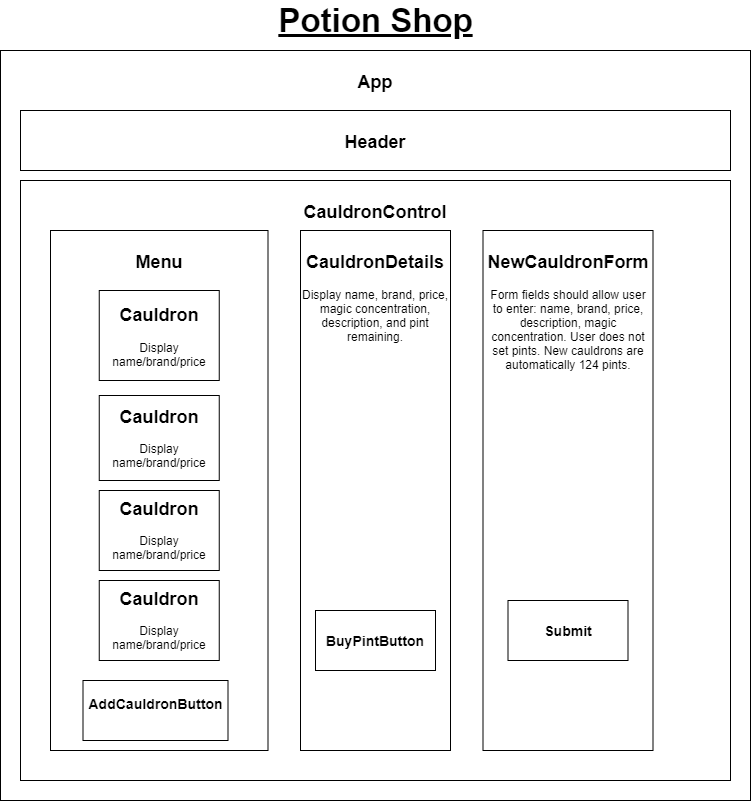
The draw.io diagram diagrams/potion-shop.drawio.png in shanencross/potion-shop, before a commit. Source tidied: cells renumbered, new cells last; positions are measured from the earlier drawing's top-left corner, leaving out a move shared by most shapes.
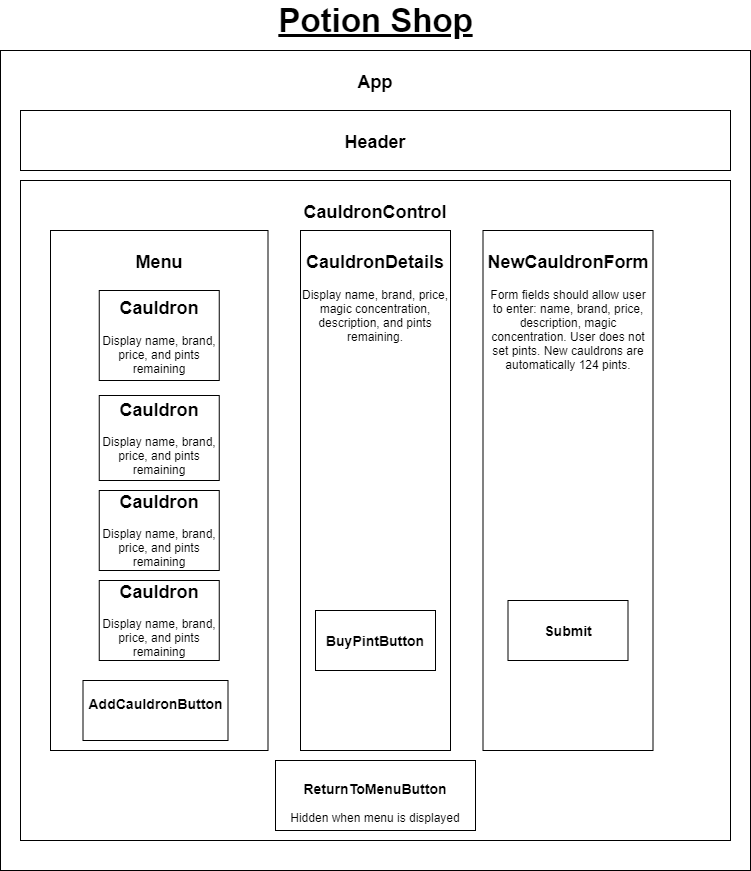
The same file after the commit.

Commit message:
Update diagram with return to menu button and other updates

Change to the diagram source:
```diff
@@ -3,27 +3,27 @@
     <mxCell id="0" />
     <mxCell id="1" parent="0" />
     <mxCell id="2" value="&lt;h2&gt;App&lt;/h2&gt;" style="rounded=0;whiteSpace=wrap;html=1;verticalAlign=top;" parent="1" vertex="1">
-      <mxGeometry y="50" width="750" height="750" as="geometry" />
+      <mxGeometry y="50" width="750" height="820" as="geometry" />
     </mxCell>
     <mxCell id="3" value="&lt;h2&gt;CauldronControl&lt;/h2&gt;" style="rounded=0;whiteSpace=wrap;html=1;verticalAlign=top;" parent="1" vertex="1">
-      <mxGeometry x="20" y="180" width="710" height="600" as="geometry" />
+      <mxGeometry x="20" y="180" width="710" height="660" as="geometry" />
     </mxCell>
     <mxCell id="4" value="&lt;h2&gt;Menu&lt;/h2&gt;" style="rounded=0;whiteSpace=wrap;html=1;verticalAlign=top;" parent="1" vertex="1">
       <mxGeometry x="50" y="230" width="217.5" height="520" as="geometry" />
     </mxCell>
-    <mxCell id="5" value="&lt;h2&gt;Cauldron&lt;/h2&gt;&lt;p&gt;Display name/brand/price&lt;/p&gt;" style="rounded=0;whiteSpace=wrap;html=1;verticalAlign=middle;" parent="1" vertex="1">
+    <mxCell id="5" value="&lt;h2&gt;Cauldron&lt;/h2&gt;&lt;p&gt;Display name, brand, price, and pints remaining&lt;/p&gt;" style="rounded=0;whiteSpace=wrap;html=1;verticalAlign=middle;" parent="1" vertex="1">
       <mxGeometry x="98.8" y="290" width="120" height="90" as="geometry" />
     </mxCell>
-    <mxCell id="6" value="&lt;h2&gt;Cauldron&lt;/h2&gt;&lt;h2&gt;&lt;p style=&quot;font-size: 12px ; font-weight: 400&quot;&gt;Display name/brand/price&lt;/p&gt;&lt;/h2&gt;" style="rounded=0;whiteSpace=wrap;html=1;verticalAlign=middle;" parent="1" vertex="1">
+    <mxCell id="6" value="&lt;h2&gt;Cauldron&lt;/h2&gt;&lt;h2&gt;&lt;p style=&quot;font-size: 12px ; font-weight: 400&quot;&gt;Display name, brand, price, and pints remaining&lt;/p&gt;&lt;/h2&gt;" style="rounded=0;whiteSpace=wrap;html=1;verticalAlign=middle;" parent="1" vertex="1">
       <mxGeometry x="98.8" y="395" width="120" height="85" as="geometry" />
     </mxCell>
-    <mxCell id="7" value="&lt;h2&gt;Cauldron&lt;/h2&gt;&lt;h2&gt;&lt;p style=&quot;font-size: 12px ; font-weight: 400&quot;&gt;Display name/brand/price&lt;/p&gt;&lt;/h2&gt;" style="rounded=0;whiteSpace=wrap;html=1;verticalAlign=middle;" parent="1" vertex="1">
+    <mxCell id="7" value="&lt;h2&gt;Cauldron&lt;/h2&gt;&lt;h2&gt;&lt;p style=&quot;font-size: 12px ; font-weight: 400&quot;&gt;Display name, brand, price, and pints remaining&lt;/p&gt;&lt;/h2&gt;" style="rounded=0;whiteSpace=wrap;html=1;verticalAlign=middle;" parent="1" vertex="1">
       <mxGeometry x="98.8" y="490" width="120" height="80" as="geometry" />
     </mxCell>
-    <mxCell id="8" value="&lt;h2&gt;Cauldron&lt;/h2&gt;&lt;h2&gt;&lt;p style=&quot;font-size: 12px ; font-weight: 400&quot;&gt;Display name/brand/price&lt;/p&gt;&lt;/h2&gt;" style="rounded=0;whiteSpace=wrap;html=1;verticalAlign=middle;" parent="1" vertex="1">
+    <mxCell id="8" value="&lt;h2&gt;Cauldron&lt;/h2&gt;&lt;h2&gt;&lt;p style=&quot;font-size: 12px ; font-weight: 400&quot;&gt;Display name, brand, price, and pints remaining&lt;/p&gt;&lt;/h2&gt;" style="rounded=0;whiteSpace=wrap;html=1;verticalAlign=middle;" parent="1" vertex="1">
       <mxGeometry x="98.8" y="580" width="120" height="80" as="geometry" />
     </mxCell>
-    <mxCell id="9" value="&lt;h2&gt;CauldronDetails&lt;/h2&gt;&lt;div&gt;Display name, brand, price, magic concentration, description, and pint remaining.&lt;/div&gt;" style="rounded=0;whiteSpace=wrap;html=1;verticalAlign=top;" parent="1" vertex="1">
+    <mxCell id="9" value="&lt;h2&gt;CauldronDetails&lt;/h2&gt;&lt;div&gt;Display name, brand, price, magic concentration, description, and pints remaining.&lt;/div&gt;" style="rounded=0;whiteSpace=wrap;html=1;verticalAlign=top;" parent="1" vertex="1">
       <mxGeometry x="300" y="230" width="150" height="520" as="geometry" />
     </mxCell>
     <mxCell id="10" value="&lt;h2&gt;NewCauldronForm&lt;/h2&gt;&lt;div&gt;Form fields should allow user to enter: name, brand, price, description, magic concentration. User does not set pints. New cauldrons are autom&lt;span&gt;atically 124 pints.&lt;/span&gt;&lt;/div&gt;" style="rounded=0;whiteSpace=wrap;html=1;verticalAlign=top;" parent="1" vertex="1">
@@ -44,5 +44,8 @@
     <mxCell id="15" value="Potion Shop" style="text;html=1;strokeColor=none;fillColor=none;align=center;verticalAlign=middle;whiteSpace=wrap;rounded=0;fontSize=33;horizontal=1;fontStyle=5;" parent="1" vertex="1">
       <mxGeometry x="267.5" width="215" height="40" as="geometry" />
     </mxCell>
+    <mxCell id="16" value="&lt;h3&gt;ReturnToMenuButton&lt;/h3&gt;&lt;div&gt;Hidden when menu is displayed&lt;/div&gt;" style="rounded=0;whiteSpace=wrap;html=1;verticalAlign=middle;" parent="1" vertex="1">
+      <mxGeometry x="275" y="760" width="200" height="70" as="geometry" />
+    </mxCell>
   </root>
 </mxGraphModel>
```
